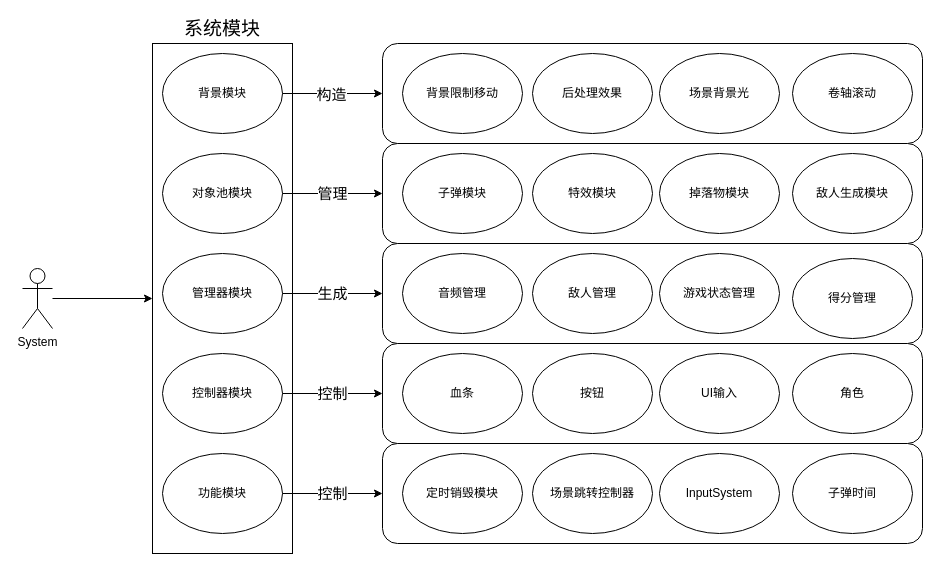
This is page "第 3 页" (3 of 8) of 未命名绘图.drawio from ilovchara/Darw.IO, a draw.io file, before an edit. Source tidied: cells renumbered, new cells numbered last; positions are measured from the earlier drawing's top-left corner, leaving out a move shared by most shapes. Both pictures are drawn from the tidied source at 100%, with x=0, y=0 at pixel (22, 43).
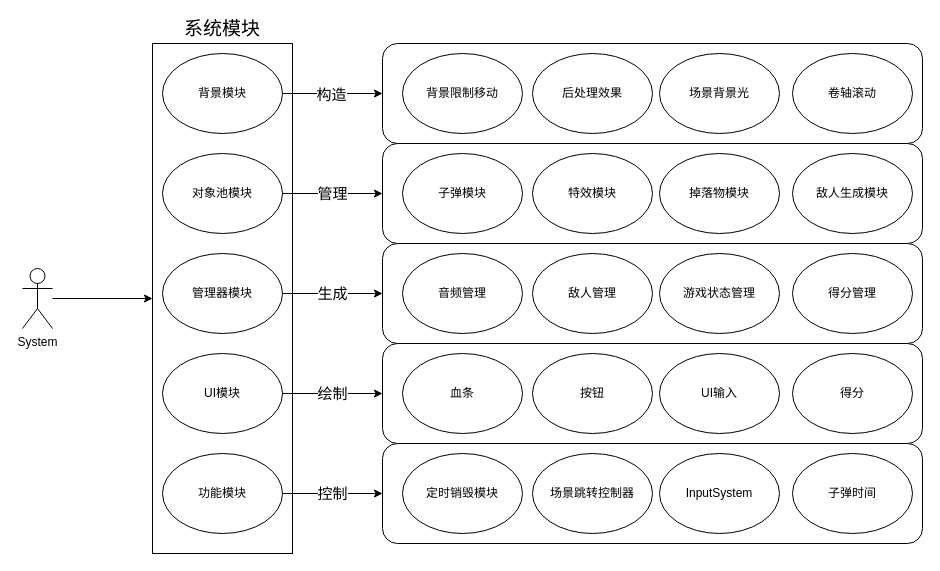
The same diagram, later.

Commit message:
更新未命名绘图.drawio

Unchanged cells that the change refers to:
```xml
<mxCell id="25" style="rounded=1;whiteSpace=wrap;html=1;" parent="1" vertex="1">
  <mxGeometry x="360" y="300" width="540" height="100" as="geometry" />
</mxCell>
```

What changed in the source:
```diff
@@
-    <mxCell id="8" value="控制器模块" style="ellipse;whiteSpace=wrap;html=1;" parent="1" vertex="1">
+    <mxCell id="8" value="UI模块" style="ellipse;whiteSpace=wrap;html=1;" parent="1" vertex="1">
       <mxGeometry x="140" y="310" width="120" height="80" as="geometry" />
     </mxCell>
@@
-    <mxCell id="28" value="控制" style="endArrow=classic;html=1;rounded=0;exitX=1;exitY=0.5;exitDx=0;exitDy=0;fontSize=15;" parent="1" edge="1" source="8" target="25">
+    <mxCell id="28" value="绘制" style="endArrow=classic;html=1;rounded=0;exitX=1;exitY=0.5;exitDx=0;exitDy=0;fontSize=15;" parent="1" edge="1" source="8" target="25">
       <mxGeometry relative="1" as="geometry" />
     </mxCell>
@@
     <mxCell id="38" value="得分管理" style="ellipse;whiteSpace=wrap;html=1;" parent="1" vertex="1">
-      <mxGeometry x="770" y="215" width="120" height="80" as="geometry" />
+      <mxGeometry x="770" y="210" width="120" height="80" as="geometry" />
     </mxCell>
@@
-    <mxCell id="40" value="角色" style="ellipse;whiteSpace=wrap;html=1;" parent="1" vertex="1">
-      <mxGeometry x="770" y="310" width="120" height="80" as="geometry" />
-    </mxCell>
+    <mxCell id="41" value="得分" style="ellipse;whiteSpace=wrap;html=1;" parent="1" vertex="1">
+      <mxGeometry x="770" y="310" width="120" height="80" as="geometry" />
+    </mxCell>
```
